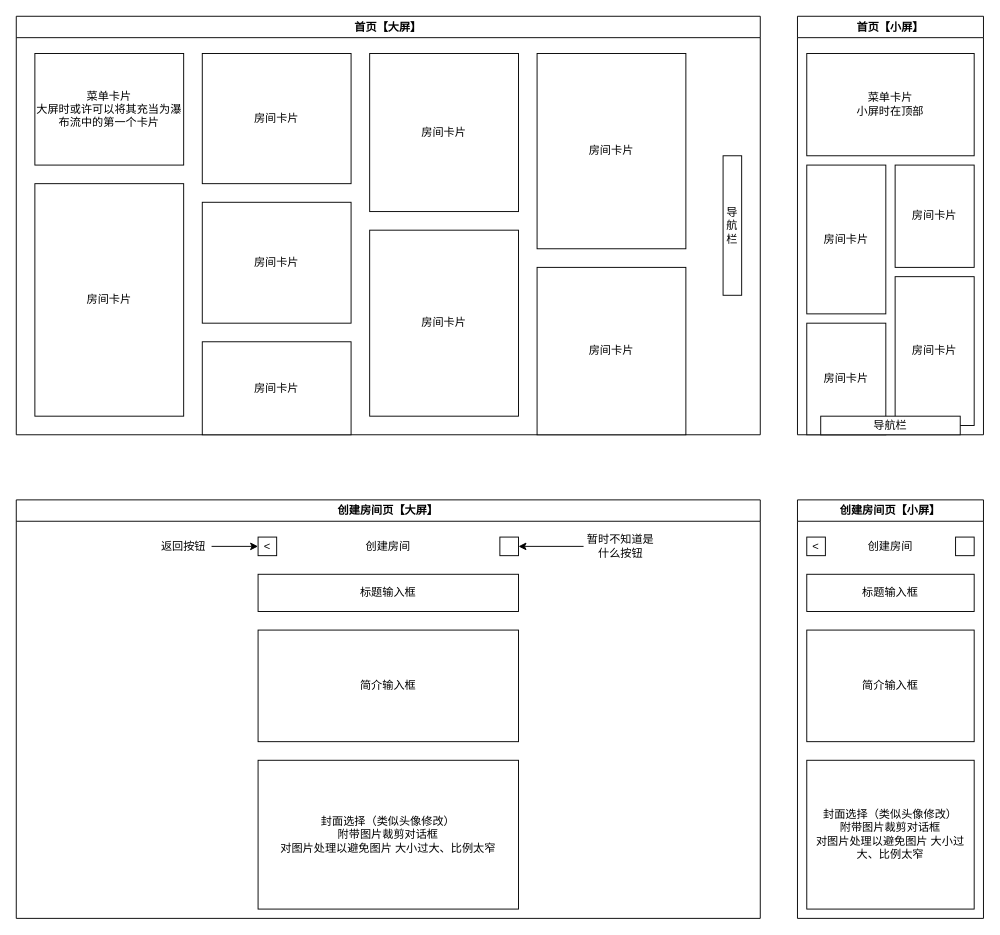
This is draw/页面绘图-首页、房间创建页.drawio from haruki1953/pocket-together, a draw.io file, before an edit. Source tidied: cells renumbered, new cells numbered last; positions are measured from the earlier drawing's top-left corner, leaving out a move shared by most shapes. Both pictures are drawn from the tidied source at 93%, with x=0, y=0 at pixel (16, 16).
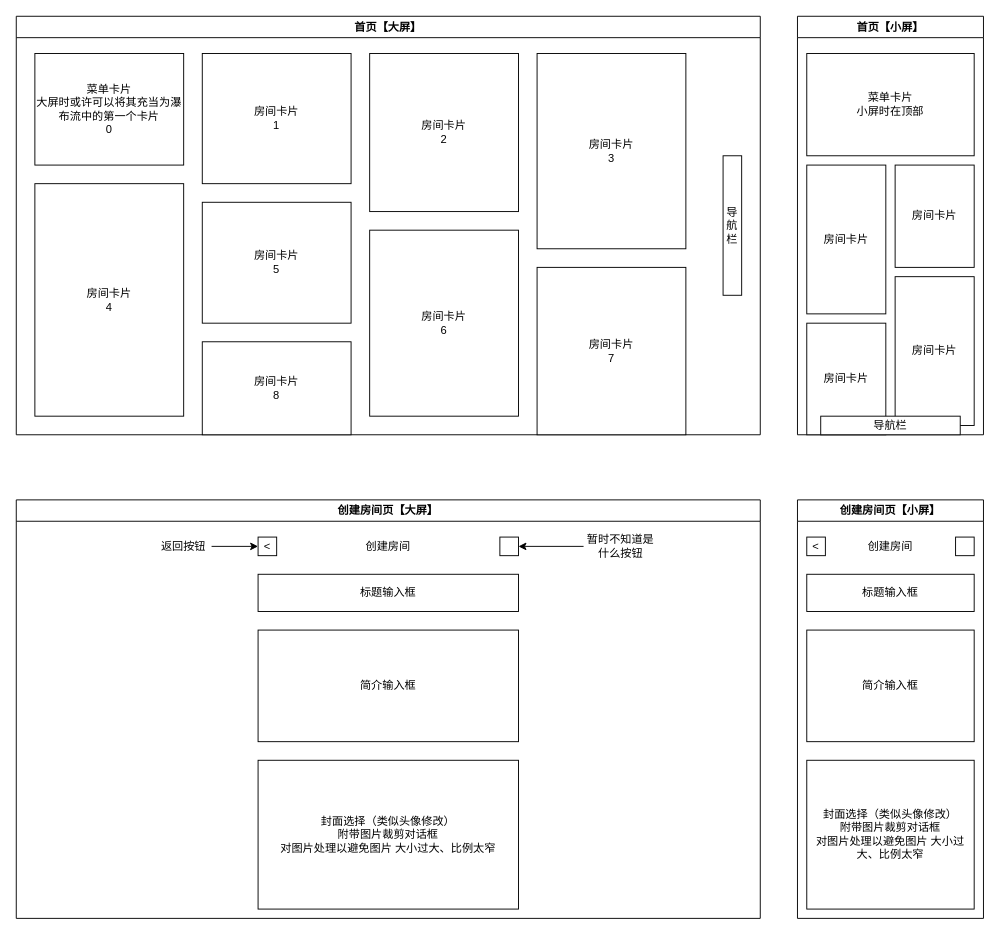
The same diagram, later.

Unchanged cells that the change refers to:
```xml
<mxCell id="2" value="首页【大屏】" style="swimlane;whiteSpace=wrap;html=1;" parent="1" vertex="1">
  <mxGeometry width="800" height="450" as="geometry" />
</mxCell>
```

Change to the diagram source:
```diff
@@
-    <mxCell id="4" value="菜单卡片&lt;br&gt;大屏时或许可以将其充当为瀑布流中的第一个卡片" style="rounded=0;whiteSpace=wrap;html=1;" parent="2" vertex="1">
+    <mxCell id="4" value="菜单卡片&lt;br&gt;大屏时或许可以将其充当为瀑布流中的第一个卡片&lt;br&gt;0" style="rounded=0;whiteSpace=wrap;html=1;" parent="2" vertex="1">
       <mxGeometry x="20" y="40" width="160" height="120" as="geometry" />
     </mxCell>
-    <mxCell id="5" value="房间卡片" style="rounded=0;whiteSpace=wrap;html=1;" parent="2" vertex="1">
+    <mxCell id="5" value="房间卡片&lt;br&gt;1" style="rounded=0;whiteSpace=wrap;html=1;" parent="2" vertex="1">
       <mxGeometry x="200" y="40" width="160" height="140" as="geometry" />
     </mxCell>
-    <mxCell id="6" value="房间卡片" style="rounded=0;whiteSpace=wrap;html=1;" parent="2" vertex="1">
+    <mxCell id="6" value="房间卡片&lt;br&gt;2" style="rounded=0;whiteSpace=wrap;html=1;" parent="2" vertex="1">
       <mxGeometry x="380" y="40" width="160" height="170" as="geometry" />
     </mxCell>
-    <mxCell id="7" value="房间卡片" style="rounded=0;whiteSpace=wrap;html=1;" parent="2" vertex="1">
+    <mxCell id="7" value="房间卡片&lt;br&gt;3" style="rounded=0;whiteSpace=wrap;html=1;" parent="2" vertex="1">
       <mxGeometry x="560" y="40" width="160" height="210" as="geometry" />
     </mxCell>
-    <mxCell id="8" value="房间卡片" style="rounded=0;whiteSpace=wrap;html=1;" parent="2" vertex="1">
+    <mxCell id="8" value="房间卡片&lt;br&gt;4" style="rounded=0;whiteSpace=wrap;html=1;" parent="2" vertex="1">
       <mxGeometry x="20" y="180" width="160" height="250" as="geometry" />
     </mxCell>
-    <mxCell id="9" value="房间卡片" style="rounded=0;whiteSpace=wrap;html=1;" parent="2" vertex="1">
+    <mxCell id="9" value="房间卡片&lt;br&gt;5" style="rounded=0;whiteSpace=wrap;html=1;" parent="2" vertex="1">
       <mxGeometry x="200" y="200" width="160" height="130" as="geometry" />
     </mxCell>
-    <mxCell id="10" value="房间卡片" style="rounded=0;whiteSpace=wrap;html=1;" parent="2" vertex="1">
+    <mxCell id="10" value="房间卡片&lt;br&gt;6" style="rounded=0;whiteSpace=wrap;html=1;" parent="2" vertex="1">
       <mxGeometry x="380" y="230" width="160" height="200" as="geometry" />
     </mxCell>
-    <mxCell id="11" value="房间卡片" style="rounded=0;whiteSpace=wrap;html=1;" parent="2" vertex="1">
+    <mxCell id="11" value="房间卡片&lt;br&gt;7" style="rounded=0;whiteSpace=wrap;html=1;" parent="2" vertex="1">
       <mxGeometry x="560" y="270" width="160" height="180" as="geometry" />
     </mxCell>
-    <mxCell id="12" value="房间卡片" style="rounded=0;whiteSpace=wrap;html=1;" parent="2" vertex="1">
+    <mxCell id="12" value="房间卡片&lt;br&gt;8" style="rounded=0;whiteSpace=wrap;html=1;" parent="2" vertex="1">
       <mxGeometry x="200" y="350" width="160" height="100" as="geometry" />
     </mxCell>
```
